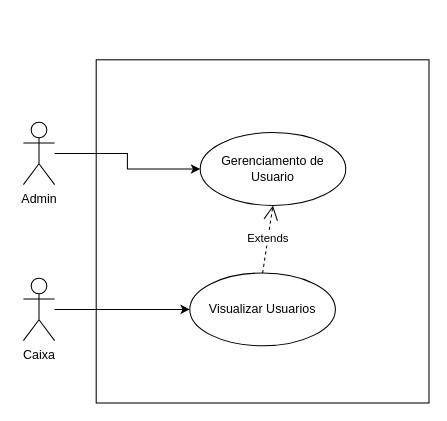
Earlier version of the draw.io diagram diagramas/Diagrama de caso de uso.drawio (thiagobonfim0310/SmartLock). Source tidied: cells renumbered, new cells numbered last; positions are measured from the earlier drawing's top-left corner, leaving out a move shared by most shapes. Both pictures are drawn from the tidied source at 104%, with x=0, y=0 at pixel (23, 59).
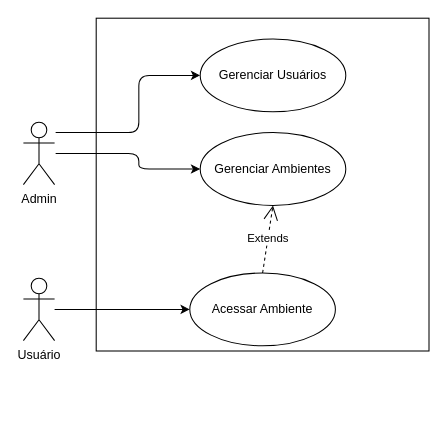
Above is the later version.

Commit message (it also covers changes not shown here):
atualização dos diagramas para o projeto da tranca

Change to the diagram source:
```diff
@@
 <mxGraphModel>
   <root>
     <mxCell id="0" />
     <mxCell id="1" parent="0" />
-    <mxCell id="2" style="edgeStyle=orthogonalEdgeStyle;rounded=0;jettySize=auto;html=1;entryX=0;entryY=0.5;entryDx=0;entryDy=0;" parent="1" edge="1" source="3" target="6">
-      <mxGeometry relative="1" as="geometry" />
-    </mxCell>
+    <mxCell id="10" style="edgeStyle=none;html=1;entryX=0;entryY=0.5;entryDx=0;entryDy=0;" parent="1" edge="1" target="12">
+      <mxGeometry relative="1" as="geometry">
+        <mxPoint x="31" y="70" as="sourcePoint" />
+        <Array as="points">
+          <mxPoint x="111" y="70" />
+          <mxPoint x="111" y="15" />
+        </Array>
+      </mxGeometry>
+    </mxCell>
+    <mxCell id="11" style="edgeStyle=none;html=1;" parent="1" edge="1" target="6">
+      <mxGeometry relative="1" as="geometry">
+        <mxPoint x="31" y="90" as="sourcePoint" />
+        <Array as="points">
+          <mxPoint x="111" y="90" />
+          <mxPoint x="111" y="105" />
+        </Array>
+      </mxGeometry>
+    </mxCell>
     <mxCell id="3" value="Admin" style="shape=umlActor;verticalLabelPosition=bottom;verticalAlign=top;html=1;" parent="1" vertex="1">
       <mxGeometry y="60" width="30" height="60" as="geometry" />
     </mxCell>
     <mxCell id="4" style="edgeStyle=orthogonalEdgeStyle;rounded=0;jettySize=auto;html=1;entryX=0;entryY=0.5;entryDx=0;entryDy=0;" parent="1" edge="1" source="5" target="7">
       <mxGeometry relative="1" as="geometry" />
     </mxCell>
-    <mxCell id="5" value="Caixa" style="shape=umlActor;verticalLabelPosition=bottom;verticalAlign=top;html=1;" parent="1" vertex="1">
+    <mxCell id="5" value="Usuário" style="shape=umlActor;verticalLabelPosition=bottom;verticalAlign=top;html=1;" parent="1" vertex="1">
       <mxGeometry y="210" width="30" height="60" as="geometry" />
     </mxCell>
-    <mxCell id="6" value="Gerenciamento de Usuario" style="ellipse;whiteSpace=wrap;html=1;" parent="1" vertex="1">
+    <mxCell id="6" value="Gerenciar Ambientes" style="ellipse;whiteSpace=wrap;html=1;" parent="1" vertex="1">
       <mxGeometry x="170" y="70" width="140" height="70" as="geometry" />
     </mxCell>
-    <mxCell id="7" value="Visualizar Usuarios" style="ellipse;whiteSpace=wrap;html=1;" parent="1" vertex="1">
+    <mxCell id="7" value="Acessar Ambiente" style="ellipse;whiteSpace=wrap;html=1;" parent="1" vertex="1">
       <mxGeometry x="160" y="205" width="140" height="70" as="geometry" />
     </mxCell>
     <mxCell id="8" value="Extends" style="endArrow=open;endSize=12;dashed=1;html=1;rounded=0;exitX=0.5;exitY=0;exitDx=0;exitDy=0;entryX=0.5;entryY=1;entryDx=0;entryDy=0;" parent="1" edge="1" source="7" target="6">
       <mxGeometry relative="1" as="geometry" />
     </mxCell>
     <mxCell id="9" style="rounded=0;whiteSpace=wrap;html=1;fillColor=none;" parent="1" vertex="1">
-      <mxGeometry x="70" width="320" height="330" as="geometry" />
+      <mxGeometry x="70" y="-40" width="320" height="320" as="geometry" />
     </mxCell>
+    <mxCell id="12" value="Gerenciar Usuários" style="ellipse;whiteSpace=wrap;html=1;" parent="1" vertex="1">
+      <mxGeometry x="170" y="-20" width="140" height="70" as="geometry" />
+    </mxCell>
   </root>
 </mxGraphModel>
```
